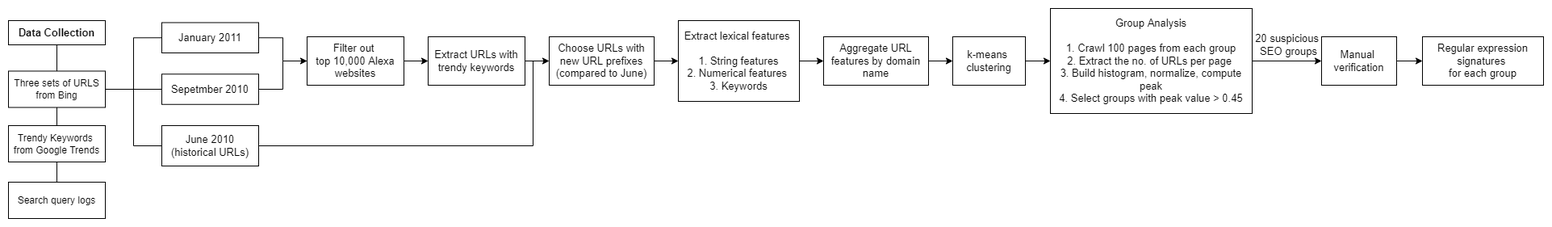
Before: Blueprints/deSEO Combating Search-Result Poisoning.png, a diagram exported from draw.io (c2siorg/Paper-Into-A-Blueprint). Source tidied: cells renumbered, new cells last; positions are measured from the earlier drawing's top-left corner, leaving out a move shared by most shapes. The source it was exported from:
```xml
<mxGraphModel>
  <root>
    <mxCell id="0" />
    <mxCell id="1" parent="0" />
    <mxCell id="2" style="edgeStyle=orthogonalEdgeStyle;rounded=0;jettySize=auto;html=1;exitX=0.5;exitY=1;exitDx=0;exitDy=0;fontSize=13;endArrow=none;endFill=0;" parent="1" edge="1" source="6" target="10">
      <mxGeometry relative="1" as="geometry" />
    </mxCell>
    <mxCell id="3" style="edgeStyle=orthogonalEdgeStyle;rounded=0;jettySize=auto;html=1;exitX=1;exitY=0.5;exitDx=0;exitDy=0;entryX=0;entryY=0.5;entryDx=0;entryDy=0;fontSize=13;endArrow=none;endFill=0;" parent="1" edge="1" source="6" target="13">
      <mxGeometry relative="1" as="geometry" />
    </mxCell>
    <mxCell id="4" style="edgeStyle=orthogonalEdgeStyle;rounded=0;jettySize=auto;html=1;exitX=1;exitY=0.5;exitDx=0;exitDy=0;entryX=0;entryY=0.5;entryDx=0;entryDy=0;fontSize=13;endArrow=none;endFill=0;" parent="1" edge="1" source="6" target="15">
      <mxGeometry relative="1" as="geometry" />
    </mxCell>
    <mxCell id="5" style="edgeStyle=orthogonalEdgeStyle;rounded=0;jettySize=auto;html=1;exitX=1;exitY=0.5;exitDx=0;exitDy=0;entryX=0;entryY=0.5;entryDx=0;entryDy=0;fontSize=13;endArrow=none;endFill=0;" parent="1" edge="1" source="6" target="17">
      <mxGeometry relative="1" as="geometry" />
    </mxCell>
    <mxCell id="6" value="Three sets of URLS from Bing" style="whiteSpace=wrap;html=1;" parent="1" vertex="1">
      <mxGeometry y="77.5" width="120" height="45" as="geometry" />
    </mxCell>
    <mxCell id="7" style="edgeStyle=orthogonalEdgeStyle;rounded=0;jettySize=auto;html=1;exitX=0.5;exitY=1;exitDx=0;exitDy=0;entryX=0.5;entryY=0;entryDx=0;entryDy=0;fontSize=13;endArrow=none;endFill=0;" parent="1" edge="1" source="8" target="6">
      <mxGeometry relative="1" as="geometry" />
    </mxCell>
    <mxCell id="8" value="&lt;b&gt;&lt;font style=&quot;font-size: 13px&quot;&gt;Data Collection&lt;/font&gt;&lt;/b&gt;" style="whiteSpace=wrap;html=1;" parent="1" vertex="1">
      <mxGeometry y="15" width="120" height="30" as="geometry" />
    </mxCell>
    <mxCell id="9" style="edgeStyle=orthogonalEdgeStyle;rounded=0;jettySize=auto;html=1;exitX=0.5;exitY=1;exitDx=0;exitDy=0;entryX=0.5;entryY=0;entryDx=0;entryDy=0;fontSize=13;endArrow=none;endFill=0;" parent="1" edge="1" source="10" target="11">
      <mxGeometry relative="1" as="geometry" />
    </mxCell>
    <mxCell id="10" value="Trendy Keywords&amp;nbsp;&lt;br&gt;from Google Trends" style="whiteSpace=wrap;html=1;" parent="1" vertex="1">
      <mxGeometry y="145" width="120" height="45" as="geometry" />
    </mxCell>
    <mxCell id="11" value="Search query logs" style="whiteSpace=wrap;html=1;" parent="1" vertex="1">
      <mxGeometry y="215" width="120" height="45" as="geometry" />
    </mxCell>
    <mxCell id="12" style="edgeStyle=orthogonalEdgeStyle;rounded=0;jettySize=auto;html=1;exitX=1;exitY=0.5;exitDx=0;exitDy=0;entryX=0;entryY=0.5;entryDx=0;entryDy=0;fontSize=13;endArrow=classic;endFill=1;" parent="1" edge="1" source="13" target="19">
      <mxGeometry relative="1" as="geometry" />
    </mxCell>
    <mxCell id="13" value="&lt;span&gt;January 2011&lt;/span&gt;" style="whiteSpace=wrap;html=1;fontSize=13;" parent="1" vertex="1">
      <mxGeometry x="190" y="17.5" width="120" height="37.5" as="geometry" />
    </mxCell>
    <mxCell id="14" style="edgeStyle=orthogonalEdgeStyle;rounded=0;jettySize=auto;html=1;exitX=1;exitY=0.5;exitDx=0;exitDy=0;fontSize=13;endArrow=none;endFill=0;" parent="1" edge="1" source="15">
      <mxGeometry relative="1" as="geometry">
        <mxPoint x="370" y="65" as="targetPoint" />
        <Array as="points">
          <mxPoint x="340" y="100" />
          <mxPoint x="340" y="65" />
        </Array>
      </mxGeometry>
    </mxCell>
    <mxCell id="15" value="Sepetmber 2010" style="whiteSpace=wrap;html=1;fontSize=13;" parent="1" vertex="1">
      <mxGeometry x="190" y="81.2" width="120" height="37.5" as="geometry" />
    </mxCell>
    <mxCell id="16" style="edgeStyle=orthogonalEdgeStyle;rounded=0;jettySize=auto;html=1;exitX=1;exitY=0.5;exitDx=0;exitDy=0;fontSize=13;endArrow=none;endFill=0;" parent="1" edge="1" source="17">
      <mxGeometry relative="1" as="geometry">
        <mxPoint x="650" y="65" as="targetPoint" />
      </mxGeometry>
    </mxCell>
    <mxCell id="17" value="June 2010&lt;br&gt;(historical URLs)" style="whiteSpace=wrap;html=1;fontSize=13;" parent="1" vertex="1">
      <mxGeometry x="190" y="145" width="120" height="50" as="geometry" />
    </mxCell>
    <mxCell id="18" style="edgeStyle=orthogonalEdgeStyle;rounded=0;jettySize=auto;html=1;exitX=1;exitY=0.5;exitDx=0;exitDy=0;fontSize=13;endArrow=classic;endFill=1;" parent="1" edge="1" source="19" target="21">
      <mxGeometry relative="1" as="geometry" />
    </mxCell>
    <mxCell id="19" value="Filter out &lt;br&gt;top 10,000 Alexa websites" style="whiteSpace=wrap;html=1;fontSize=13;" parent="1" vertex="1">
      <mxGeometry x="370" y="35" width="120" height="60" as="geometry" />
    </mxCell>
    <mxCell id="20" style="edgeStyle=orthogonalEdgeStyle;rounded=0;jettySize=auto;html=1;exitX=1;exitY=0.5;exitDx=0;exitDy=0;entryX=0;entryY=0.5;entryDx=0;entryDy=0;fontSize=13;endArrow=classic;endFill=1;" parent="1" edge="1" source="21" target="23">
      <mxGeometry relative="1" as="geometry" />
    </mxCell>
    <mxCell id="21" value="Extract URLs with trendy keywords" style="whiteSpace=wrap;html=1;fontSize=13;" parent="1" vertex="1">
      <mxGeometry x="520" y="35" width="120" height="60" as="geometry" />
    </mxCell>
    <mxCell id="22" style="edgeStyle=orthogonalEdgeStyle;rounded=0;jettySize=auto;html=1;exitX=1;exitY=0.5;exitDx=0;exitDy=0;entryX=0;entryY=0.5;entryDx=0;entryDy=0;fontSize=13;endArrow=classic;endFill=1;" parent="1" edge="1" source="23" target="25">
      <mxGeometry relative="1" as="geometry" />
    </mxCell>
    <mxCell id="23" value="Choose URLs with new URL prefixes&lt;br&gt;(compared to June)" style="whiteSpace=wrap;html=1;fontSize=13;" parent="1" vertex="1">
      <mxGeometry x="670" y="35" width="130" height="60" as="geometry" />
    </mxCell>
    <mxCell id="24" style="edgeStyle=orthogonalEdgeStyle;rounded=0;jettySize=auto;html=1;exitX=1;exitY=0.5;exitDx=0;exitDy=0;entryX=0;entryY=0.5;entryDx=0;entryDy=0;fontSize=13;endArrow=classic;endFill=1;" parent="1" edge="1" source="25" target="27">
      <mxGeometry relative="1" as="geometry" />
    </mxCell>
    <mxCell id="25" value="Extract lexical features&amp;nbsp;&lt;br&gt;&lt;br&gt;1. String features&lt;br&gt;2. Numerical features&amp;nbsp;&lt;br&gt;3. Keywords" style="whiteSpace=wrap;html=1;fontSize=13;" parent="1" vertex="1">
      <mxGeometry x="830" y="15" width="150" height="100" as="geometry" />
    </mxCell>
    <mxCell id="26" style="edgeStyle=orthogonalEdgeStyle;rounded=0;jettySize=auto;html=1;exitX=1;exitY=0.5;exitDx=0;exitDy=0;entryX=0;entryY=0.5;entryDx=0;entryDy=0;fontSize=13;endArrow=classic;endFill=1;" parent="1" edge="1" source="27" target="29">
      <mxGeometry relative="1" as="geometry" />
    </mxCell>
    <mxCell id="27" value="Aggregate URL features by domain name" style="whiteSpace=wrap;html=1;fontSize=13;" parent="1" vertex="1">
      <mxGeometry x="1010" y="35" width="130" height="60" as="geometry" />
    </mxCell>
    <mxCell id="28" style="edgeStyle=orthogonalEdgeStyle;rounded=0;jettySize=auto;html=1;exitX=1;exitY=0.5;exitDx=0;exitDy=0;entryX=0;entryY=0.5;entryDx=0;entryDy=0;fontSize=13;endArrow=classic;endFill=1;" parent="1" edge="1" source="29" target="33">
      <mxGeometry relative="1" as="geometry" />
    </mxCell>
    <mxCell id="29" value="k-means &lt;br&gt;clustering" style="whiteSpace=wrap;html=1;fontSize=13;" parent="1" vertex="1">
      <mxGeometry x="1170" y="35" width="90" height="60" as="geometry" />
    </mxCell>
    <mxCell id="30" style="edgeStyle=orthogonalEdgeStyle;rounded=0;jettySize=auto;html=1;exitX=1;exitY=0.5;exitDx=0;exitDy=0;fontSize=13;endArrow=classic;endFill=1;" parent="1" edge="1" source="31" target="35">
      <mxGeometry relative="1" as="geometry" />
    </mxCell>
    <mxCell id="31" value="Manual &lt;br&gt;verification" style="whiteSpace=wrap;html=1;fontSize=13;" parent="1" vertex="1">
      <mxGeometry x="1627" y="35" width="93" height="60" as="geometry" />
    </mxCell>
    <mxCell id="32" style="edgeStyle=orthogonalEdgeStyle;rounded=0;jettySize=auto;html=1;exitX=1;exitY=0.5;exitDx=0;exitDy=0;entryX=0;entryY=0.5;entryDx=0;entryDy=0;fontSize=13;endArrow=classic;endFill=1;" parent="1" edge="1" source="33" target="31">
      <mxGeometry relative="1" as="geometry" />
    </mxCell>
    <mxCell id="33" value="Group Analysis&lt;br&gt;&lt;br&gt;1. Crawl&amp;nbsp;100 pages from&amp;nbsp;each group&lt;br&gt;2. Extract the no. of URLs per page&amp;nbsp;&lt;br&gt;3. Build histogram, normalize, compute peak&lt;br&gt;4. Select groups with peak value &amp;gt; 0.45" style="whiteSpace=wrap;html=1;fontSize=13;" parent="1" vertex="1">
      <mxGeometry x="1291" width="250" height="130" as="geometry" />
    </mxCell>
    <mxCell id="34" value="20 suspicious &lt;br&gt;SEO groups" style="text;html=1;align=center;verticalAlign=middle;strokeColor=none;fillColor=none;fontSize=13;" parent="1" vertex="1">
      <mxGeometry x="1541" y="25" width="90" height="40" as="geometry" />
    </mxCell>
    <mxCell id="35" value="Regular expression signatures &lt;br&gt;for each group" style="whiteSpace=wrap;html=1;fontSize=13;" parent="1" vertex="1">
      <mxGeometry x="1752" y="35" width="150" height="60" as="geometry" />
    </mxCell>
  </root>
</mxGraphModel>
```
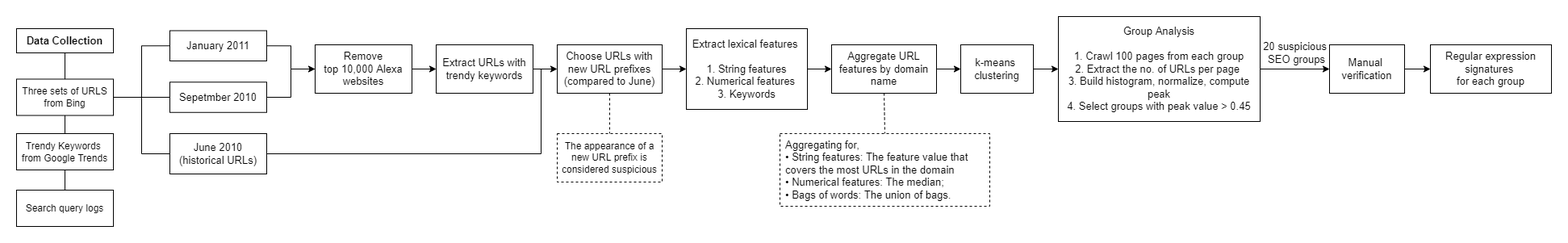
After the commit.

What changed in the source:
```diff
@@ -61,7 +61,7 @@
     <mxCell id="18" style="edgeStyle=orthogonalEdgeStyle;rounded=0;jettySize=auto;html=1;exitX=1;exitY=0.5;exitDx=0;exitDy=0;fontSize=13;endArrow=classic;endFill=1;" parent="1" edge="1" source="19" target="21">
       <mxGeometry relative="1" as="geometry" />
     </mxCell>
-    <mxCell id="19" value="Filter out &lt;br&gt;top 10,000 Alexa websites" style="whiteSpace=wrap;html=1;fontSize=13;" parent="1" vertex="1">
+    <mxCell id="19" value="Remove&lt;br&gt;top 10,000 Alexa websites" style="whiteSpace=wrap;html=1;fontSize=13;" parent="1" vertex="1">
       <mxGeometry x="370" y="35" width="120" height="60" as="geometry" />
     </mxCell>
     <mxCell id="20" style="edgeStyle=orthogonalEdgeStyle;rounded=0;jettySize=auto;html=1;exitX=1;exitY=0.5;exitDx=0;exitDy=0;entryX=0;entryY=0.5;entryDx=0;entryDy=0;fontSize=13;endArrow=classic;endFill=1;" parent="1" edge="1" source="21" target="23">
@@ -73,6 +73,9 @@
     <mxCell id="22" style="edgeStyle=orthogonalEdgeStyle;rounded=0;jettySize=auto;html=1;exitX=1;exitY=0.5;exitDx=0;exitDy=0;entryX=0;entryY=0.5;entryDx=0;entryDy=0;fontSize=13;endArrow=classic;endFill=1;" parent="1" edge="1" source="23" target="25">
       <mxGeometry relative="1" as="geometry" />
     </mxCell>
+    <mxCell id="36" style="edgeStyle=none;rounded=0;jettySize=auto;html=1;exitX=0.5;exitY=1;exitDx=0;exitDy=0;entryX=0.5;entryY=0;entryDx=0;entryDy=0;endArrow=none;endFill=0;dashed=1;" parent="1" edge="1" source="23" target="38">
+      <mxGeometry relative="1" as="geometry" />
+    </mxCell>
     <mxCell id="23" value="Choose URLs with new URL prefixes&lt;br&gt;(compared to June)" style="whiteSpace=wrap;html=1;fontSize=13;" parent="1" vertex="1">
       <mxGeometry x="670" y="35" width="130" height="60" as="geometry" />
     </mxCell>
@@ -85,6 +88,9 @@
     <mxCell id="26" style="edgeStyle=orthogonalEdgeStyle;rounded=0;jettySize=auto;html=1;exitX=1;exitY=0.5;exitDx=0;exitDy=0;entryX=0;entryY=0.5;entryDx=0;entryDy=0;fontSize=13;endArrow=classic;endFill=1;" parent="1" edge="1" source="27" target="29">
       <mxGeometry relative="1" as="geometry" />
     </mxCell>
+    <mxCell id="37" style="edgeStyle=none;rounded=0;jettySize=auto;html=1;exitX=0.5;exitY=1;exitDx=0;exitDy=0;entryX=0.5;entryY=0;entryDx=0;entryDy=0;dashed=1;fontFamily=Helvetica;fontSize=12;endArrow=none;endFill=0;" parent="1" edge="1" source="27" target="39">
+      <mxGeometry relative="1" as="geometry" />
+    </mxCell>
     <mxCell id="27" value="Aggregate URL features by domain name" style="whiteSpace=wrap;html=1;fontSize=13;" parent="1" vertex="1">
       <mxGeometry x="1010" y="35" width="130" height="60" as="geometry" />
     </mxCell>
@@ -112,5 +118,11 @@
     <mxCell id="35" value="Regular expression signatures &lt;br&gt;for each group" style="whiteSpace=wrap;html=1;fontSize=13;" parent="1" vertex="1">
       <mxGeometry x="1752" y="35" width="150" height="60" as="geometry" />
     </mxCell>
+    <mxCell id="38" value="&lt;div&gt;&lt;span&gt;The&amp;nbsp;&lt;/span&gt;&lt;span&gt;appearance of a new URL prefix is considered&amp;nbsp;&lt;/span&gt;&lt;span&gt;suspicious&lt;/span&gt;&lt;/div&gt;" style="whiteSpace=wrap;html=1;dashed=1;" parent="1" vertex="1">
+      <mxGeometry x="670" y="145" width="130" height="60" as="geometry" />
+    </mxCell>
+    <mxCell id="39" value="&lt;div style=&quot;font-size: 13px&quot;&gt;&lt;font style=&quot;font-size: 13px&quot;&gt;Aggregating for,&lt;/font&gt;&lt;/div&gt;&lt;div style=&quot;font-size: 13px&quot;&gt;&lt;font style=&quot;font-size: 13px&quot;&gt;• String features: T&lt;span&gt;he feature value that covers&amp;nbsp;&lt;/span&gt;&lt;/font&gt;&lt;span&gt;the&amp;nbsp;&lt;/span&gt;&lt;span&gt;most URLs in&amp;nbsp;&lt;/span&gt;&lt;span&gt;the domain&amp;nbsp;&lt;/span&gt;&lt;/div&gt;&lt;div style=&quot;font-size: 13px&quot;&gt;&lt;font style=&quot;font-size: 13px&quot;&gt;• Numerical features: The median;&lt;/font&gt;&lt;/div&gt;&lt;div style=&quot;font-size: 13px&quot;&gt;&lt;font style=&quot;font-size: 13px&quot;&gt;• Bags of words: The union of bags.&lt;/font&gt;&lt;/div&gt;" style="whiteSpace=wrap;html=1;dashed=1;align=left;spacingLeft=5;spacingRight=0;" parent="1" vertex="1">
+      <mxGeometry x="946" y="145" width="260" height="90" as="geometry" />
+    </mxCell>
   </root>
 </mxGraphModel>
```
